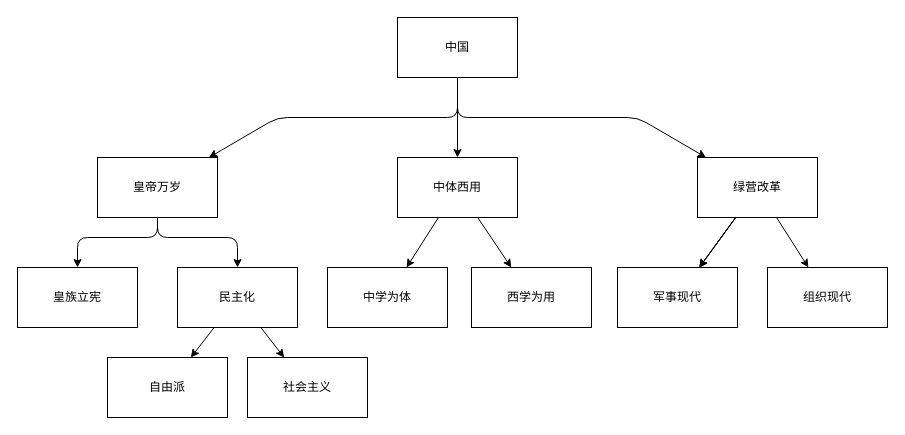
The draw.io diagram trees.drawio in HCPTangHY/Victoria3mod-MJEE, before the edit. Source tidied: cells renumbered, new cells numbered last; positions are measured from the earlier drawing's top-left corner, leaving out a move shared by most shapes. Both pictures are drawn from the tidied source at 100%, with x=0, y=0 at pixel (17, 17).
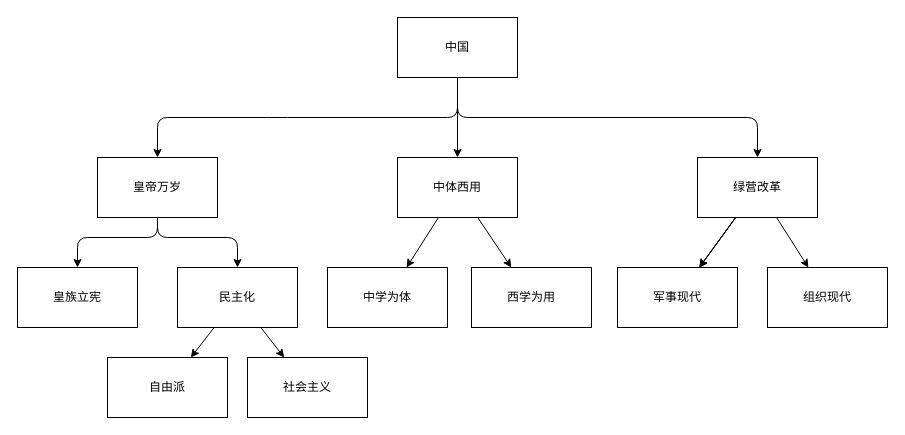
After the change.

Unchanged cells that the change refers to:
```xml
<mxCell id="5" value="中国" style="rounded=0;whiteSpace=wrap;html=1;" parent="1" vertex="1">
  <mxGeometry x="380" width="120" height="60" as="geometry" />
</mxCell>
<mxCell id="8" value="皇帝万岁" style="rounded=0;whiteSpace=wrap;html=1;" parent="1" vertex="1">
  <mxGeometry x="80" y="140" width="120" height="60" as="geometry" />
</mxCell>
<mxCell id="16" value="绿营改革" style="whiteSpace=wrap;html=1;rounded=0;" parent="1" vertex="1">
  <mxGeometry x="680" y="140" width="120" height="60" as="geometry" />
</mxCell>
```

Diff of the diagram source:
```diff
@@
-    <mxCell id="2" style="edgeStyle=none;html=1;" parent="1" edge="1" source="5" target="8">
+    <mxCell id="2" style="edgeStyle=none;html=1;entryX=0.5;entryY=0;entryDx=0;entryDy=0;" parent="1" edge="1" source="5" target="8">
       <mxGeometry relative="1" as="geometry">
         <Array as="points">
           <mxPoint x="440" y="100" />
           <mxPoint x="260" y="100" />
+          <mxPoint x="140" y="100" />
         </Array>
       </mxGeometry>
     </mxCell>
@@
-    <mxCell id="4" style="edgeStyle=none;html=1;" parent="1" edge="1" source="5" target="16">
+    <mxCell id="4" style="edgeStyle=none;html=1;entryX=0.5;entryY=0;entryDx=0;entryDy=0;" parent="1" edge="1" source="5" target="16">
       <mxGeometry relative="1" as="geometry">
         <Array as="points">
           <mxPoint x="440" y="100" />
-          <mxPoint x="620" y="100" />
+          <mxPoint x="740" y="100" />
         </Array>
       </mxGeometry>
     </mxCell>
```
